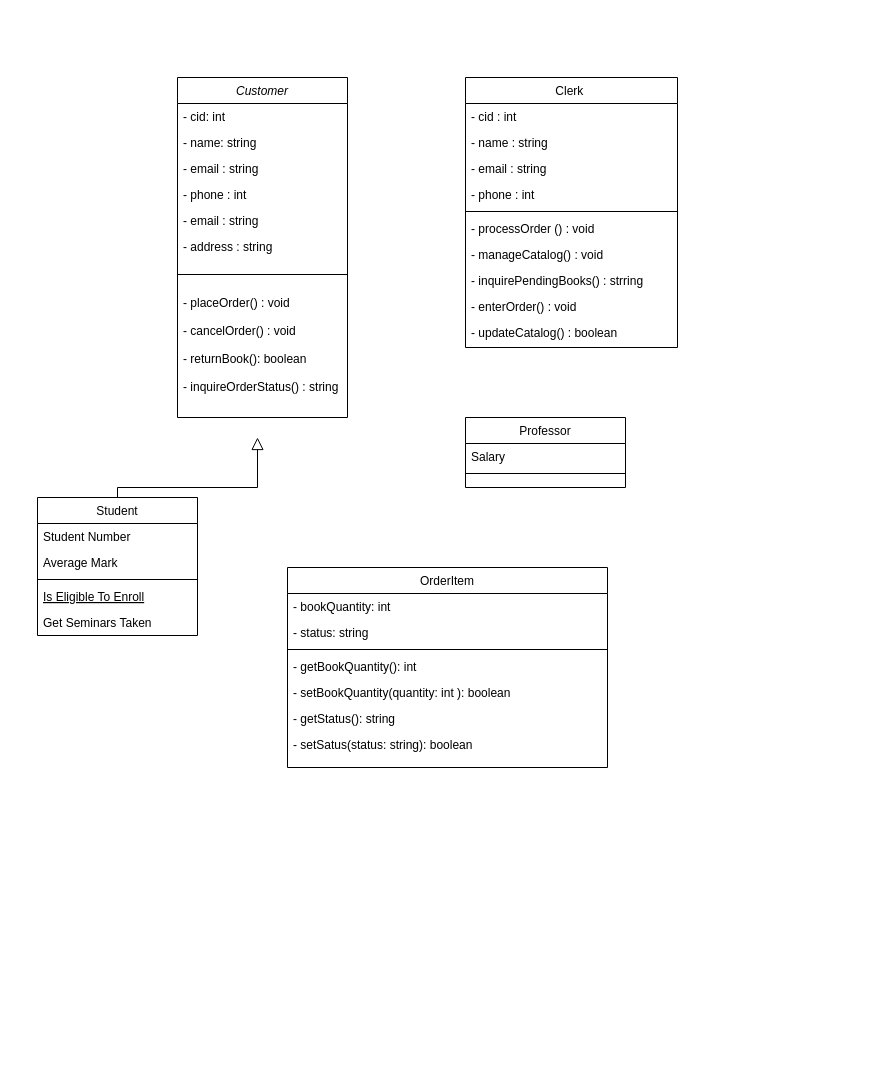
The draw.io diagram LAB4.drawio in Ahasirly/Myrepo, before the edit. Source tidied: cells renumbered, new cells numbered last; positions are measured from the earlier drawing's top-left corner, leaving out a move shared by most shapes. Both pictures are drawn from the tidied source at 100%, with x=0, y=0 at pixel (37, 77).
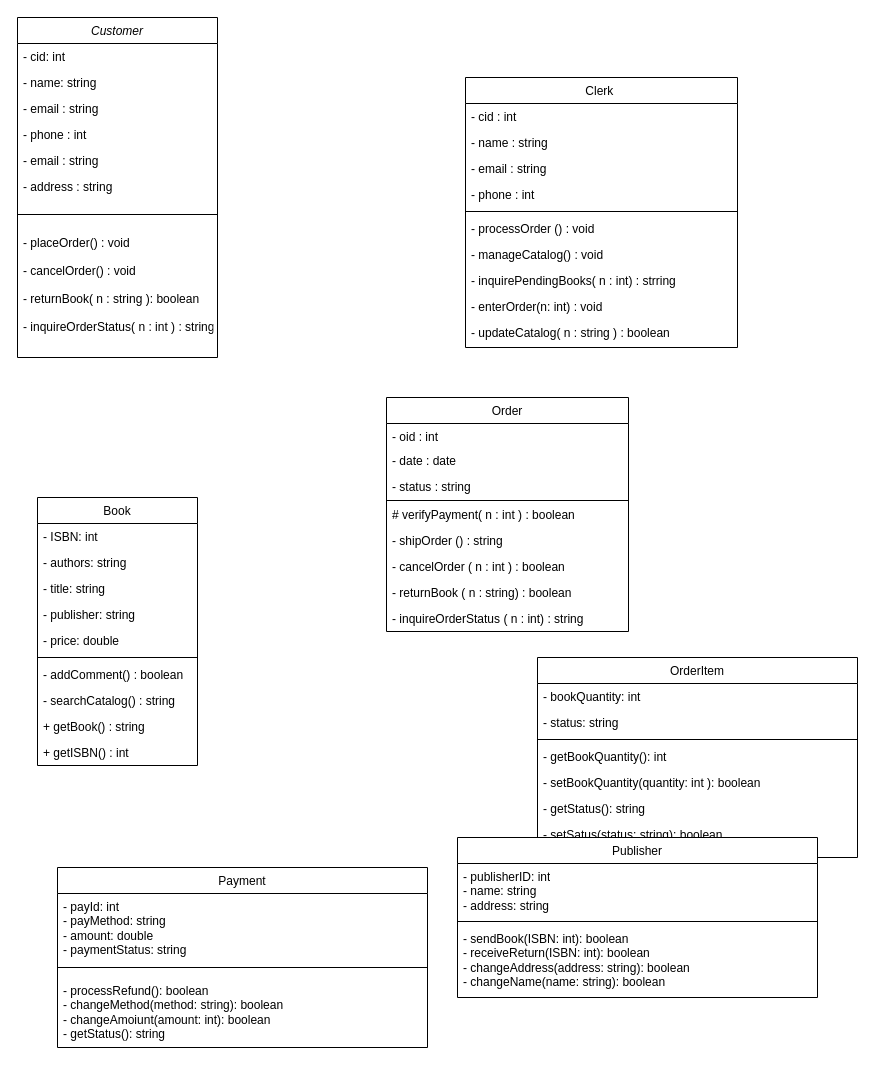
Above is the later version.

Diff of the diagram source:
```diff
@@
     <mxCell id="2" value="Customer" style="swimlane;fontStyle=2;align=center;verticalAlign=top;horizontal=1;startSize=26;rounded=0;shadow=0;strokeWidth=1;" parent="1" vertex="1">
-      <mxGeometry x="140" width="170" height="340" as="geometry" />
+      <mxGeometry x="-20" y="-60" width="200" height="340" as="geometry" />
     </mxCell>
     <mxCell id="3" value="- cid: int" style="text;align=left;verticalAlign=top;spacingLeft=4;spacingRight=4;overflow=hidden;" parent="2" vertex="1">
-      <mxGeometry y="26" width="170" height="26" as="geometry" />
+      <mxGeometry y="26" width="200" height="26" as="geometry" />
     </mxCell>
     <mxCell id="4" value="- name: string" style="text;align=left;verticalAlign=top;spacingLeft=4;spacingRight=4;overflow=hidden;rounded=0;shadow=0;html=0;" parent="2" vertex="1">
-      <mxGeometry y="52" width="170" height="26" as="geometry" />
+      <mxGeometry y="52" width="200" height="26" as="geometry" />
     </mxCell>
     <mxCell id="5" value="- email : string &#10;&#10;" style="text;align=left;verticalAlign=top;spacingLeft=4;spacingRight=4;overflow=hidden;rounded=0;shadow=0;html=0;" parent="2" vertex="1">
-      <mxGeometry y="78" width="170" height="26" as="geometry" />
+      <mxGeometry y="78" width="200" height="26" as="geometry" />
     </mxCell>
     <mxCell id="6" value="- phone : int" style="text;align=left;verticalAlign=top;spacingLeft=4;spacingRight=4;overflow=hidden;rounded=0;shadow=0;html=0;" parent="2" vertex="1">
-      <mxGeometry y="104" width="170" height="26" as="geometry" />
+      <mxGeometry y="104" width="200" height="26" as="geometry" />
     </mxCell>
     <mxCell id="7" value="- email : string &#10;&#10;" style="text;align=left;verticalAlign=top;spacingLeft=4;spacingRight=4;overflow=hidden;rounded=0;shadow=0;html=0;" parent="2" vertex="1">
-      <mxGeometry y="130" width="170" height="26" as="geometry" />
+      <mxGeometry y="130" width="200" height="26" as="geometry" />
     </mxCell>
     <mxCell id="8" value="- address : string" style="text;align=left;verticalAlign=top;spacingLeft=4;spacingRight=4;overflow=hidden;rounded=0;shadow=0;html=0;" parent="2" vertex="1">
-      <mxGeometry y="156" width="170" height="26" as="geometry" />
+      <mxGeometry y="156" width="200" height="26" as="geometry" />
     </mxCell>
     <mxCell id="9" style="line;html=1;strokeWidth=1;align=left;verticalAlign=middle;spacingTop=-1;spacingLeft=3;spacingRight=3;labelPosition=right;" parent="2" vertex="1">
-      <mxGeometry y="182" width="170" height="30" as="geometry" />
+      <mxGeometry y="182" width="200" height="30" as="geometry" />
     </mxCell>
-    <mxCell id="10" value="- placeOrder() : void&#10;&#10;- cancelOrder() : void&#10;&#10;- returnBook(): boolean&#10;&#10;- inquireOrderStatus() : string" style="text;align=left;verticalAlign=top;spacingLeft=4;spacingRight=4;overflow=hidden;spacing=2;spacingTop=0;" parent="2" vertex="1">
-      <mxGeometry y="212" width="170" height="128" as="geometry" />
+    <mxCell id="10" value="- placeOrder() : void&#10;&#10;- cancelOrder() : void&#10;&#10;- returnBook( n : string ): boolean&#10;&#10;- inquireOrderStatus( n : int ) : string" style="text;align=left;verticalAlign=top;spacingLeft=4;spacingRight=4;overflow=hidden;spacing=2;spacingTop=0;" parent="2" vertex="1">
+      <mxGeometry y="212" width="200" height="118" as="geometry" />
     </mxCell>
-    <mxCell id="11" value="Student" style="swimlane;fontStyle=0;align=center;verticalAlign=top;horizontal=1;startSize=26;rounded=0;shadow=0;strokeWidth=1;" parent="1" vertex="1">
-      <mxGeometry y="420" width="160" height="138" as="geometry" />
+    <mxCell id="11" value="Book" style="swimlane;fontStyle=0;align=center;verticalAlign=top;horizontal=1;startSize=26;rounded=0;shadow=0;strokeWidth=1;" parent="1" vertex="1">
+      <mxGeometry y="420" width="160" height="268" as="geometry" />
     </mxCell>
-    <mxCell id="12" value="Student Number" style="text;align=left;verticalAlign=top;spacingLeft=4;spacingRight=4;overflow=hidden;" parent="11" vertex="1">
+    <mxCell id="12" value="- ISBN: int" style="text;align=left;verticalAlign=top;spacingLeft=4;spacingRight=4;overflow=hidden;" parent="11" vertex="1">
       <mxGeometry y="26" width="160" height="26" as="geometry" />
     </mxCell>
+    <mxCell id="40" value="- authors: string" style="text;strokeColor=none;fillColor=none;align=left;verticalAlign=top;spacingLeft=4;spacingRight=4;overflow=hidden;whiteSpace=wrap;html=1;" parent="11" vertex="1">
+      <mxGeometry y="52" width="160" height="26" as="geometry" />
+    </mxCell>
-    <mxCell id="13" value="Average Mark" style="text;align=left;verticalAlign=top;spacingLeft=4;spacingRight=4;overflow=hidden;rounded=0;shadow=0;html=0;" parent="11" vertex="1">
-      <mxGeometry y="52" width="160" height="26" as="geometry" />
+    <mxCell id="13" value="- title: string" style="text;align=left;verticalAlign=top;spacingLeft=4;spacingRight=4;overflow=hidden;rounded=0;shadow=0;html=0;" parent="11" vertex="1">
+      <mxGeometry y="78" width="160" height="26" as="geometry" />
     </mxCell>
+    <mxCell id="41" value="- publisher: string" style="text;strokeColor=none;fillColor=none;align=left;verticalAlign=top;spacingLeft=4;spacingRight=4;overflow=hidden;whiteSpace=wrap;html=1;" parent="11" vertex="1">
+      <mxGeometry y="104" width="160" height="26" as="geometry" />
+    </mxCell>
+    <mxCell id="42" value="- price: double" style="text;strokeColor=none;fillColor=none;align=left;verticalAlign=top;spacingLeft=4;spacingRight=4;overflow=hidden;whiteSpace=wrap;html=1;" parent="11" vertex="1">
+      <mxGeometry y="130" width="160" height="26" as="geometry" />
+    </mxCell>
     <mxCell id="14" style="line;html=1;strokeWidth=1;align=left;verticalAlign=middle;spacingTop=-1;spacingLeft=3;spacingRight=3;labelPosition=right;" parent="11" vertex="1">
-      <mxGeometry y="78" width="160" height="8" as="geometry" />
+      <mxGeometry y="156" width="160" height="8" as="geometry" />
     </mxCell>
-    <mxCell id="15" value="Is Eligible To Enroll" style="text;align=left;verticalAlign=top;spacingLeft=4;spacingRight=4;overflow=hidden;fontStyle=4;" parent="11" vertex="1">
-      <mxGeometry y="86" width="160" height="26" as="geometry" />
+    <mxCell id="15" value="- addComment() : boolean" style="text;align=left;verticalAlign=top;spacingLeft=4;spacingRight=4;overflow=hidden;fontStyle=0;" parent="11" vertex="1">
+      <mxGeometry y="164" width="160" height="26" as="geometry" />
     </mxCell>
-    <mxCell id="16" value="Get Seminars Taken" style="text;align=left;verticalAlign=top;spacingLeft=4;spacingRight=4;overflow=hidden;" parent="11" vertex="1">
-      <mxGeometry y="112" width="160" height="26" as="geometry" />
+    <mxCell id="16" value="- searchCatalog() : string" style="text;align=left;verticalAlign=top;spacingLeft=4;spacingRight=4;overflow=hidden;" parent="11" vertex="1">
+      <mxGeometry y="190" width="160" height="26" as="geometry" />
     </mxCell>
-    <mxCell id="17" style="endArrow=block;endSize=10;endFill=0;shadow=0;strokeWidth=1;rounded=0;curved=0;edgeStyle=elbowEdgeStyle;elbow=vertical;" parent="1" edge="1" source="11">
-      <mxGeometry relative="1" as="geometry">
-        <mxPoint x="220" y="360" as="targetPoint" />
-        <Array as="points">
-          <mxPoint x="220" y="410" />
-        </Array>
-      </mxGeometry>
-    </mxCell>
+    <mxCell id="43" value="+ getBook() : string" style="text;strokeColor=none;fillColor=none;align=left;verticalAlign=top;spacingLeft=4;spacingRight=4;overflow=hidden;whiteSpace=wrap;html=1;" parent="11" vertex="1">
+      <mxGeometry y="216" width="160" height="26" as="geometry" />
+    </mxCell>
+    <mxCell id="44" value="+ getISBN() : int" style="text;strokeColor=none;fillColor=none;align=left;verticalAlign=top;spacingLeft=4;spacingRight=4;overflow=hidden;whiteSpace=wrap;html=1;" parent="11" vertex="1">
+      <mxGeometry y="242" width="160" height="26" as="geometry" />
+    </mxCell>
-    <mxCell id="18" value="Professor" style="swimlane;fontStyle=0;align=center;verticalAlign=top;horizontal=1;startSize=26;rounded=0;shadow=0;strokeWidth=1;" parent="1" vertex="1">
-      <mxGeometry x="428" y="340" width="160" height="70" as="geometry" />
+    <mxCell id="18" value="Order" style="swimlane;fontStyle=0;align=center;verticalAlign=top;horizontal=1;startSize=26;rounded=0;shadow=0;strokeWidth=1;" parent="1" vertex="1">
+      <mxGeometry x="349" y="320" width="242" height="234" as="geometry" />
     </mxCell>
-    <mxCell id="19" value="Salary" style="text;align=left;verticalAlign=top;spacingLeft=4;spacingRight=4;overflow=hidden;" parent="18" vertex="1">
-      <mxGeometry y="26" width="160" height="26" as="geometry" />
+    <mxCell id="19" value="- oid : int" style="text;align=left;verticalAlign=top;spacingLeft=4;spacingRight=4;overflow=hidden;" parent="18" vertex="1">
+      <mxGeometry y="26" width="242" height="24" as="geometry" />
     </mxCell>
+    <mxCell id="45" value="- date : date" style="text;strokeColor=none;fillColor=none;align=left;verticalAlign=top;spacingLeft=4;spacingRight=4;overflow=hidden;whiteSpace=wrap;html=1;" parent="18" vertex="1">
+      <mxGeometry y="50" width="242" height="26" as="geometry" />
+    </mxCell>
+    <mxCell id="46" value="- status : string&amp;nbsp;" style="text;strokeColor=none;fillColor=none;align=left;verticalAlign=top;spacingLeft=4;spacingRight=4;overflow=hidden;whiteSpace=wrap;html=1;" parent="18" vertex="1">
+      <mxGeometry y="76" width="242" height="26" as="geometry" />
+    </mxCell>
     <mxCell id="20" style="line;html=1;strokeWidth=1;align=left;verticalAlign=middle;spacingTop=-1;spacingLeft=3;spacingRight=3;labelPosition=right;" parent="18" vertex="1">
-      <mxGeometry y="52" width="160" height="8" as="geometry" />
+      <mxGeometry y="102" width="242" height="2" as="geometry" />
     </mxCell>
+    <mxCell id="47" value="# verifyPayment( n : int ) : boolean" style="text;strokeColor=none;fillColor=none;align=left;verticalAlign=top;spacingLeft=4;spacingRight=4;overflow=hidden;whiteSpace=wrap;html=1;" parent="18" vertex="1">
+      <mxGeometry y="104" width="242" height="26" as="geometry" />
+    </mxCell>
+    <mxCell id="48" value="- shipOrder () : string" style="text;strokeColor=none;fillColor=none;align=left;verticalAlign=top;spacingLeft=4;spacingRight=4;overflow=hidden;whiteSpace=wrap;html=1;" parent="18" vertex="1">
+      <mxGeometry y="130" width="242" height="26" as="geometry" />
+    </mxCell>
+    <mxCell id="49" value="- cancelOrder ( n : int ) : boolean" style="text;strokeColor=none;fillColor=none;align=left;verticalAlign=top;spacingLeft=4;spacingRight=4;overflow=hidden;whiteSpace=wrap;html=1;" parent="18" vertex="1">
+      <mxGeometry y="156" width="242" height="26" as="geometry" />
+    </mxCell>
+    <mxCell id="50" value="- returnBook ( n : string) : boolean" style="text;strokeColor=none;fillColor=none;align=left;verticalAlign=top;spacingLeft=4;spacingRight=4;overflow=hidden;whiteSpace=wrap;html=1;" parent="18" vertex="1">
+      <mxGeometry y="182" width="242" height="26" as="geometry" />
+    </mxCell>
+    <mxCell id="51" value="- inquireOrderStatus ( n : int) : string" style="text;strokeColor=none;fillColor=none;align=left;verticalAlign=top;spacingLeft=4;spacingRight=4;overflow=hidden;whiteSpace=wrap;html=1;" parent="18" vertex="1">
+      <mxGeometry y="208" width="242" height="26" as="geometry" />
+    </mxCell>
     <mxCell id="21" value="Clerk " style="swimlane;fontStyle=0;align=center;verticalAlign=top;horizontal=1;startSize=26;rounded=0;shadow=0;strokeWidth=1;" parent="1" vertex="1">
-      <mxGeometry x="428" width="212" height="270" as="geometry" />
+      <mxGeometry x="428" width="272" height="270" as="geometry" />
     </mxCell>
     <mxCell id="22" value="- cid : int" style="text;align=left;verticalAlign=top;spacingLeft=4;spacingRight=4;overflow=hidden;" parent="21" vertex="1">
-      <mxGeometry y="26" width="212" height="26" as="geometry" />
+      <mxGeometry y="26" width="272" height="26" as="geometry" />
     </mxCell>
     <mxCell id="23" value="- name : string" style="text;align=left;verticalAlign=top;spacingLeft=4;spacingRight=4;overflow=hidden;rounded=0;shadow=0;html=0;" parent="21" vertex="1">
-      <mxGeometry y="52" width="212" height="26" as="geometry" />
+      <mxGeometry y="52" width="272" height="26" as="geometry" />
     </mxCell>
     <mxCell id="24" value="- email : string   " style="text;align=left;verticalAlign=top;spacingLeft=4;spacingRight=4;overflow=hidden;rounded=0;shadow=0;html=0;" parent="21" vertex="1">
-      <mxGeometry y="78" width="212" height="26" as="geometry" />
+      <mxGeometry y="78" width="272" height="26" as="geometry" />
     </mxCell>
     <mxCell id="25" value="- phone : int" style="text;align=left;verticalAlign=top;spacingLeft=4;spacingRight=4;overflow=hidden;rounded=0;shadow=0;html=0;" parent="21" vertex="1">
-      <mxGeometry y="104" width="212" height="26" as="geometry" />
+      <mxGeometry y="104" width="272" height="26" as="geometry" />
     </mxCell>
     <mxCell id="26" style="line;html=1;strokeWidth=1;align=left;verticalAlign=middle;spacingTop=-1;spacingLeft=3;spacingRight=3;labelPosition=right;" parent="21" vertex="1">
-      <mxGeometry y="130" width="212" height="8" as="geometry" />
+      <mxGeometry y="130" width="272" height="8" as="geometry" />
     </mxCell>
     <mxCell id="27" value="- processOrder () : void   " style="text;align=left;verticalAlign=top;spacingLeft=4;spacingRight=4;overflow=hidden;" parent="21" vertex="1">
-      <mxGeometry y="138" width="212" height="26" as="geometry" />
+      <mxGeometry y="138" width="272" height="26" as="geometry" />
     </mxCell>
     <mxCell id="28" value="- manageCatalog() : void" style="text;strokeColor=none;fillColor=none;align=left;verticalAlign=top;spacingLeft=4;spacingRight=4;overflow=hidden;whiteSpace=wrap;html=1;" parent="21" vertex="1">
-      <mxGeometry y="164" width="212" height="26" as="geometry" />
+      <mxGeometry y="164" width="272" height="26" as="geometry" />
     </mxCell>
-    <mxCell id="29" value="- inquirePendingBooks() : strring&amp;nbsp;" style="text;strokeColor=none;fillColor=none;align=left;verticalAlign=top;spacingLeft=4;spacingRight=4;overflow=hidden;whiteSpace=wrap;html=1;" parent="21" vertex="1">
-      <mxGeometry y="190" width="212" height="26" as="geometry" />
+    <mxCell id="29" value="- inquirePendingBooks( n : int) : strring&amp;nbsp;" style="text;strokeColor=none;fillColor=none;align=left;verticalAlign=top;spacingLeft=4;spacingRight=4;overflow=hidden;whiteSpace=wrap;html=1;" parent="21" vertex="1">
+      <mxGeometry y="190" width="272" height="26" as="geometry" />
     </mxCell>
-    <mxCell id="30" value="- enterOrder() : void" style="text;strokeColor=none;fillColor=none;align=left;verticalAlign=top;spacingLeft=4;spacingRight=4;overflow=hidden;whiteSpace=wrap;html=1;" parent="21" vertex="1">
-      <mxGeometry y="216" width="212" height="26" as="geometry" />
+    <mxCell id="30" value="- enterOrder(n: int) : void" style="text;strokeColor=none;fillColor=none;align=left;verticalAlign=top;spacingLeft=4;spacingRight=4;overflow=hidden;whiteSpace=wrap;html=1;" parent="21" vertex="1">
+      <mxGeometry y="216" width="272" height="26" as="geometry" />
     </mxCell>
-    <mxCell id="31" value="- updateCatalog() : boolean" style="text;strokeColor=none;fillColor=none;align=left;verticalAlign=top;spacingLeft=4;spacingRight=4;overflow=hidden;whiteSpace=wrap;html=1;" parent="21" vertex="1">
-      <mxGeometry y="242" width="212" height="26" as="geometry" />
+    <mxCell id="31" value="- updateCatalog( n : string ) : boolean" style="text;strokeColor=none;fillColor=none;align=left;verticalAlign=top;spacingLeft=4;spacingRight=4;overflow=hidden;whiteSpace=wrap;html=1;" parent="21" vertex="1">
+      <mxGeometry y="242" width="272" height="26" as="geometry" />
     </mxCell>
     <mxCell id="32" value="OrderItem" style="swimlane;fontStyle=0;align=center;verticalAlign=top;horizontal=1;startSize=26;rounded=0;shadow=0;strokeWidth=1;" parent="1" vertex="1">
-      <mxGeometry x="250" y="490" width="320" height="200" as="geometry" />
+      <mxGeometry x="500" y="580" width="320" height="200" as="geometry" />
     </mxCell>
@@
+    <mxCell id="52" value="&lt;span style=&quot;font-weight: normal;&quot;&gt;Payment&lt;/span&gt;" style="swimlane;fontStyle=1;align=center;verticalAlign=top;horizontal=1;startSize=26;whiteSpace=wrap;html=1;" parent="1" vertex="1">
+      <mxGeometry x="20" y="790" width="370" height="180" as="geometry" />
+    </mxCell>
+    <mxCell id="53" value="- payId: int&lt;div&gt;- payMethod: string&lt;/div&gt;&lt;div&gt;- amount: double&lt;/div&gt;&lt;div&gt;- paymentStatus: string&lt;/div&gt;" style="text;strokeColor=none;fillColor=none;align=left;verticalAlign=top;spacingLeft=4;spacingRight=4;overflow=hidden;whiteSpace=wrap;html=1;" parent="52" vertex="1">
+      <mxGeometry y="26" width="370" height="64" as="geometry" />
+    </mxCell>
+    <mxCell id="54" style="line;strokeWidth=1;fillColor=none;align=left;verticalAlign=middle;spacingTop=-1;spacingLeft=3;spacingRight=3;labelPosition=right;strokeColor=inherit;" parent="52" vertex="1">
+      <mxGeometry y="90" width="370" height="20" as="geometry" />
+    </mxCell>
+    <mxCell id="55" value="&lt;div&gt;- processRefund(): boolean&lt;/div&gt;&lt;div&gt;- changeMethod(method: string): boolean&lt;/div&gt;&lt;div&gt;- changeAmoiunt(amount: int): boolean&lt;/div&gt;&lt;div&gt;- getStatus(): string&lt;/div&gt;" style="text;strokeColor=none;fillColor=none;align=left;verticalAlign=top;spacingLeft=4;spacingRight=4;overflow=hidden;whiteSpace=wrap;html=1;" parent="52" vertex="1">
+      <mxGeometry y="110" width="370" height="70" as="geometry" />
+    </mxCell>
+    <mxCell id="56" value="&lt;span style=&quot;font-weight: normal;&quot;&gt;Publisher&lt;/span&gt;" style="swimlane;fontStyle=1;align=center;verticalAlign=top;horizontal=1;startSize=26;whiteSpace=wrap;html=1;" parent="1" vertex="1">
+      <mxGeometry x="420" y="760" width="360" height="160" as="geometry" />
+    </mxCell>
+    <mxCell id="57" value="- publisherID: int&lt;div&gt;- name: string&lt;/div&gt;&lt;div&gt;- address: string&lt;/div&gt;" style="text;strokeColor=none;fillColor=none;align=left;verticalAlign=top;spacingLeft=4;spacingRight=4;overflow=hidden;whiteSpace=wrap;html=1;" parent="56" vertex="1">
+      <mxGeometry y="26" width="360" height="54" as="geometry" />
+    </mxCell>
+    <mxCell id="58" style="line;strokeWidth=1;fillColor=none;align=left;verticalAlign=middle;spacingTop=-1;spacingLeft=3;spacingRight=3;labelPosition=right;strokeColor=inherit;" parent="56" vertex="1">
+      <mxGeometry y="80" width="360" height="8" as="geometry" />
+    </mxCell>
+    <mxCell id="59" value="- sendBook(ISBN: int): boolean&lt;div&gt;- receiveReturn(ISBN: int): boolean&lt;/div&gt;&lt;div&gt;- changeAddress(address: string): boolean&lt;/div&gt;&lt;div&gt;- changeName(name: string): boolean&lt;/div&gt;" style="text;strokeColor=none;fillColor=none;align=left;verticalAlign=top;spacingLeft=4;spacingRight=4;overflow=hidden;whiteSpace=wrap;html=1;" parent="56" vertex="1">
+      <mxGeometry y="88" width="360" height="72" as="geometry" />
+    </mxCell>
```
